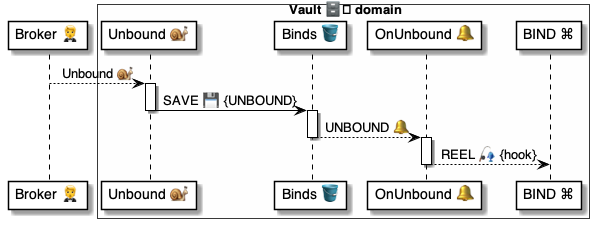
This is 4 ⚙️ Solution/41 🎭 Domain Roles/Vaults 🗄️/🗄️🪣 Vault tables/Binds 🔗 table/🪣🔔 4 Unbound/🗄️ OnBindUnbound ⚙️ uml.png from pollyweb-org/pollyweb-docs, a PlantUML export, as it was before one commit. Its source is kept beside it as 4 ⚙️ Solution/41 🎭 Domain Roles/Vaults 🗄️/🗄️🪣 Vault tables/Binds 🔗 table/🪣🔔 4 Unbound/🗄️ OnBindUnbound ⚙️ uml.puml. Source of this version:
```plantuml
@startuml OnBindUnbound

participant "Broker 🤵" as broker

box Vault 🗄️ domain #FFFFFA
    participant "Unbound 🐌" as script
    participant "Binds 🪣" as binds
    participant "OnUnbound 🔔" as trigger
    participant "BIND ⌘" as bind
end box


broker --> script: Unbound 🐌

activate script
    script -> binds: SAVE 💾 {UNBOUND}
deactivate script

activate binds
    binds --> trigger: UNBOUND 🔔
deactivate binds

activate trigger
    trigger --> bind: REEL 🎣 {hook}
deactivate trigger


@enduml
```
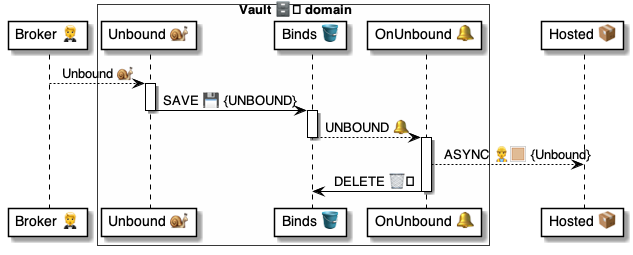
The same diagram one commit later.

The edit, as a diff of the source:
```diff
@@ -1,14 +1,12 @@
 @startuml OnBindUnbound
 
 participant "Broker 🤵" as broker
-
 box Vault 🗄️ domain #FFFFFA
     participant "Unbound 🐌" as script
     participant "Binds 🪣" as binds
     participant "OnUnbound 🔔" as trigger
-    participant "BIND ⌘" as bind
 end box
-
+participant "Hosted 📦" as hosted
 
 broker --> script: Unbound 🐌
 
@@ -21,7 +19,8 @@
 deactivate binds
 
 activate trigger
-    trigger --> bind: REEL 🎣 {hook}
+    trigger --> hosted: ASYNC 👷🏼 {Unbound}
+    trigger -> binds: DELETE 🗑️
 deactivate trigger
 
 
```
